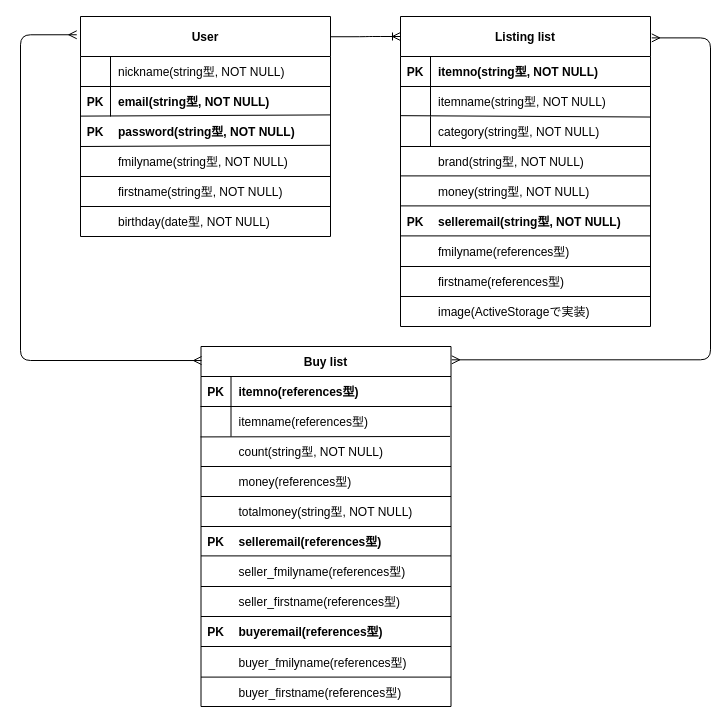
Re-OKMT/furima-34736 keeps this draw.io diagram as 名称未設定ファイル.drawio. Above is the earlier version. Source tidied: cells renumbered, new cells numbered last; positions are measured from the earlier drawing's top-left corner, leaving out a move shared by most shapes. Both pictures are drawn from the tidied source at 100%, with x=0, y=0 at pixel (20, 16).
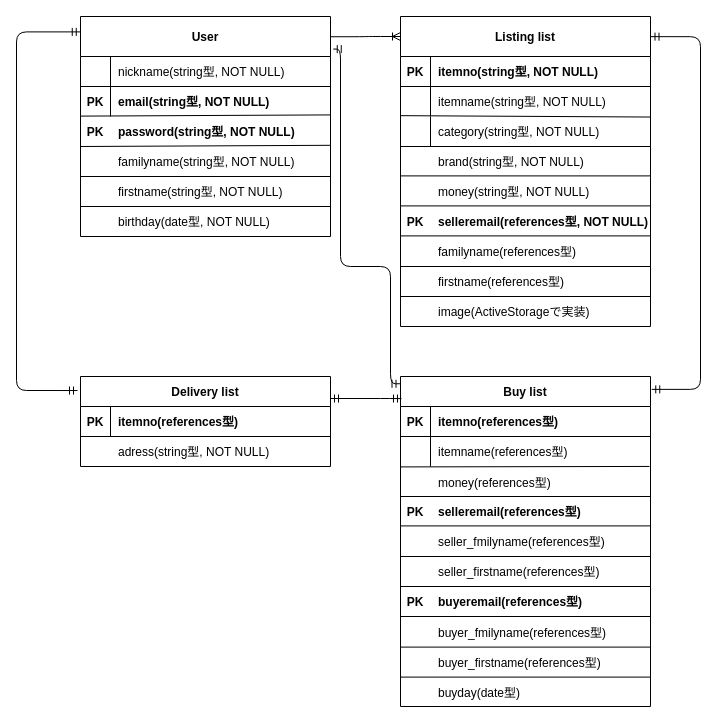
Above is the later version.

Commit message:
名称未設定ファイル.drawio を更新します

Unchanged cells that the change refers to:
```xml
<mxCell id="2" value="Listing list" style="shape=table;startSize=40;childLayout=tableLayout;rowLines=0;fontStyle=1;align=center;" parent="1" vertex="1">
  <mxGeometry x="380" width="250" height="310" as="geometry" />
</mxCell>
<mxCell id="22" value="User" style="shape=table;startSize=40;childLayout=tableLayout;rowLines=0;fontStyle=1;align=center;" parent="1" vertex="1">
  <mxGeometry x="60" width="250" height="220" as="geometry" />
</mxCell>
```

The edit, as a diff of the source:
```diff
@@
     <mxCell id="14" value="Buy list" style="shape=table;startSize=30;childLayout=tableLayout;rowLines=0;fontStyle=1;align=center;" parent="1" vertex="1">
-      <mxGeometry x="180.5" y="330" width="250" height="360" as="geometry" />
+      <mxGeometry x="380" y="360" width="250" height="330" as="geometry" />
     </mxCell>
@@
-    <mxCell id="34" value="fmilyname(string型, NOT NULL)" style="shape=partialRectangle;overflow=hidden;fillColor=none;top=0;left=0;bottom=0;right=0;align=left;spacingLeft=6;fontStyle=0;" parent="1" vertex="1">
+    <mxCell id="34" value="familyname(string型, NOT NULL)" style="shape=partialRectangle;overflow=hidden;fillColor=none;top=0;left=0;bottom=0;right=0;align=left;spacingLeft=6;fontStyle=0;" parent="1" vertex="1">
       <mxGeometry x="90" y="130" width="220" height="30" as="geometry" />
     </mxCell>
@@
-    <mxCell id="41" value="selleremail(string型, NOT NULL)" style="shape=partialRectangle;overflow=hidden;fillColor=none;top=0;left=0;bottom=0;right=0;align=left;spacingLeft=6;fontStyle=1;" parent="1" vertex="1">
+    <mxCell id="41" value="selleremail(references型, NOT NULL)" style="shape=partialRectangle;overflow=hidden;fillColor=none;top=0;left=0;bottom=0;right=0;align=left;spacingLeft=6;fontStyle=1;" parent="1" vertex="1">
       <mxGeometry x="410" y="190" width="220" height="30" as="geometry" />
     </mxCell>
@@
-    <mxCell id="45" value="fmilyname(references型)" style="shape=partialRectangle;overflow=hidden;fillColor=none;top=0;left=0;bottom=0;right=0;align=left;spacingLeft=6;fontStyle=0;" parent="1" vertex="1">
+    <mxCell id="45" value="familyname(references型)" style="shape=partialRectangle;overflow=hidden;fillColor=none;top=0;left=0;bottom=0;right=0;align=left;spacingLeft=6;fontStyle=0;" parent="1" vertex="1">
       <mxGeometry x="410" y="220" width="220" height="30" as="geometry" />
     </mxCell>
@@
-    <mxCell id="50" value="count(string型, NOT NULL)" style="shape=partialRectangle;overflow=hidden;fillColor=none;top=0;left=0;bottom=0;right=0;align=left;spacingLeft=6;" parent="1" vertex="1">
-      <mxGeometry x="210.5" y="420" width="220" height="30" as="geometry" />
-    </mxCell>
     <mxCell id="51" style="endArrow=none;html=1;" parent="1" edge="1">
       <mxGeometry relative="1" as="geometry">
-        <mxPoint x="180.5" y="450" as="sourcePoint" />
-        <mxPoint x="430.5" y="450" as="targetPoint" />
+        <mxPoint x="380" y="480" as="sourcePoint" />
+        <mxPoint x="630" y="480" as="targetPoint" />
       </mxGeometry>
     </mxCell>
     <mxCell id="52" value="money(references型)" style="shape=partialRectangle;overflow=hidden;fillColor=none;top=0;left=0;bottom=0;right=0;align=left;spacingLeft=6;" parent="1" vertex="1">
-      <mxGeometry x="210.5" y="450" width="220" height="30" as="geometry" />
+      <mxGeometry x="410" y="451" width="220" height="30" as="geometry" />
     </mxCell>
-    <mxCell id="53" style="endArrow=none;html=1;" parent="1" edge="1">
-      <mxGeometry relative="1" as="geometry">
-        <mxPoint x="180.5" y="480" as="sourcePoint" />
-        <mxPoint x="430.5" y="480" as="targetPoint" />
-      </mxGeometry>
-    </mxCell>
-    <mxCell id="54" value="totalmoney(string型, NOT NULL)" style="shape=partialRectangle;overflow=hidden;fillColor=none;top=0;left=0;bottom=0;right=0;align=left;spacingLeft=6;" parent="1" vertex="1">
-      <mxGeometry x="210.5" y="480" width="220" height="30" as="geometry" />
-    </mxCell>
     <mxCell id="55" style="endArrow=none;html=1;" parent="1" edge="1">
       <mxGeometry relative="1" as="geometry">
-        <mxPoint x="180.5" y="510" as="sourcePoint" />
-        <mxPoint x="430.5" y="510" as="targetPoint" />
+        <mxPoint x="380" y="480" as="sourcePoint" />
+        <mxPoint x="630" y="480" as="targetPoint" />
       </mxGeometry>
     </mxCell>
     <mxCell id="56" value="selleremail(references型)" style="shape=partialRectangle;overflow=hidden;fillColor=none;top=0;left=0;bottom=0;right=0;align=left;spacingLeft=6;fontStyle=1;" parent="1" vertex="1">
-      <mxGeometry x="210.5" y="510" width="220" height="30" as="geometry" />
+      <mxGeometry x="410" y="480" width="220" height="30" as="geometry" />
     </mxCell>
     <mxCell id="57" style="endArrow=none;html=1;" parent="1" edge="1">
       <mxGeometry relative="1" as="geometry">
-        <mxPoint x="180.5" y="539.4" as="sourcePoint" />
-        <mxPoint x="430.5" y="539.4" as="targetPoint" />
+        <mxPoint x="380" y="509.4" as="sourcePoint" />
+        <mxPoint x="630" y="509.4" as="targetPoint" />
       </mxGeometry>
     </mxCell>
     <mxCell id="58" value="seller_fmilyname(references型)" style="shape=partialRectangle;overflow=hidden;fillColor=none;top=0;left=0;bottom=0;right=0;align=left;spacingLeft=6;fontStyle=0;" parent="1" vertex="1">
-      <mxGeometry x="210.5" y="540" width="220" height="30" as="geometry" />
+      <mxGeometry x="410" y="510" width="220" height="30" as="geometry" />
     </mxCell>
     <mxCell id="59" style="endArrow=none;html=1;" parent="1" edge="1">
       <mxGeometry relative="1" as="geometry">
-        <mxPoint x="180.5" y="570" as="sourcePoint" />
-        <mxPoint x="430.5" y="570" as="targetPoint" />
+        <mxPoint x="380" y="540" as="sourcePoint" />
+        <mxPoint x="630" y="540" as="targetPoint" />
       </mxGeometry>
     </mxCell>
     <mxCell id="60" value="seller_firstname(references型)" style="shape=partialRectangle;overflow=hidden;fillColor=none;top=0;left=0;bottom=0;right=0;align=left;spacingLeft=6;fontStyle=0;" parent="1" vertex="1">
-      <mxGeometry x="210.5" y="570" width="220" height="30" as="geometry" />
+      <mxGeometry x="410" y="540" width="220" height="30" as="geometry" />
     </mxCell>
     <mxCell id="61" value="PK" style="shape=partialRectangle;overflow=hidden;fillColor=none;top=0;left=0;bottom=0;right=0;fontStyle=1;" parent="1" vertex="1">
-      <mxGeometry x="180.5" y="510" width="30" height="30" as="geometry" />
+      <mxGeometry x="380" y="480" width="30" height="30" as="geometry" />
     </mxCell>
     <mxCell id="62" style="endArrow=none;html=1;" parent="1" edge="1">
       <mxGeometry relative="1" as="geometry">
-        <mxPoint x="180.5" y="600" as="sourcePoint" />
-        <mxPoint x="430.5" y="600" as="targetPoint" />
+        <mxPoint x="380" y="570" as="sourcePoint" />
+        <mxPoint x="630" y="570" as="targetPoint" />
       </mxGeometry>
     </mxCell>
     <mxCell id="63" value="buyeremail(references型)" style="shape=partialRectangle;overflow=hidden;fillColor=none;top=0;left=0;bottom=0;right=0;align=left;spacingLeft=6;fontStyle=1;" parent="1" vertex="1">
-      <mxGeometry x="210.5" y="600" width="220" height="30" as="geometry" />
+      <mxGeometry x="410" y="570" width="220" height="30" as="geometry" />
     </mxCell>
     <mxCell id="64" value="PK" style="shape=partialRectangle;overflow=hidden;fillColor=none;top=0;left=0;bottom=0;right=0;fontStyle=1;" parent="1" vertex="1">
-      <mxGeometry x="180.5" y="600" width="30" height="30" as="geometry" />
+      <mxGeometry x="380" y="570" width="30" height="30" as="geometry" />
     </mxCell>
     <mxCell id="65" style="endArrow=none;html=1;" parent="1" edge="1">
       <mxGeometry relative="1" as="geometry">
-        <mxPoint x="180.5" y="630" as="sourcePoint" />
-        <mxPoint x="430.5" y="630" as="targetPoint" />
+        <mxPoint x="380" y="600" as="sourcePoint" />
+        <mxPoint x="630" y="600" as="targetPoint" />
       </mxGeometry>
     </mxCell>
     <mxCell id="66" style="endArrow=none;html=1;" parent="1" edge="1">
       <mxGeometry relative="1" as="geometry">
-        <mxPoint x="180.5" y="630" as="sourcePoint" />
-        <mxPoint x="430.5" y="630" as="targetPoint" />
+        <mxPoint x="380" y="600" as="sourcePoint" />
+        <mxPoint x="630" y="600" as="targetPoint" />
       </mxGeometry>
     </mxCell>
     <mxCell id="67" value="buyer_fmilyname(references型)" style="shape=partialRectangle;overflow=hidden;fillColor=none;top=0;left=0;bottom=0;right=0;align=left;spacingLeft=6;fontStyle=0;" parent="1" vertex="1">
-      <mxGeometry x="210.5" y="630.6" width="220" height="30" as="geometry" />
+      <mxGeometry x="410" y="600.6" width="220" height="30" as="geometry" />
     </mxCell>
     <mxCell id="68" style="endArrow=none;html=1;" parent="1" edge="1">
       <mxGeometry relative="1" as="geometry">
-        <mxPoint x="180.5" y="660.6" as="sourcePoint" />
-        <mxPoint x="430.5" y="660.6" as="targetPoint" />
+        <mxPoint x="380" y="630.6" as="sourcePoint" />
+        <mxPoint x="630" y="630.6" as="targetPoint" />
       </mxGeometry>
     </mxCell>
     <mxCell id="69" value="buyer_firstname(references型)" style="shape=partialRectangle;overflow=hidden;fillColor=none;top=0;left=0;bottom=0;right=0;align=left;spacingLeft=6;fontStyle=0;" parent="1" vertex="1">
-      <mxGeometry x="210.5" y="660.6" width="220" height="30" as="geometry" />
+      <mxGeometry x="410" y="630.6" width="220" height="30" as="geometry" />
     </mxCell>
@@
+    <mxCell id="74" style="endArrow=none;html=1;" parent="1" edge="1">
+      <mxGeometry relative="1" as="geometry">
+        <mxPoint x="380" y="660.6" as="sourcePoint" />
+        <mxPoint x="630" y="660.6" as="targetPoint" />
+      </mxGeometry>
+    </mxCell>
+    <mxCell id="75" value="buyday(date型)" style="shape=partialRectangle;overflow=hidden;fillColor=none;top=0;left=0;bottom=0;right=0;align=left;spacingLeft=6;fontStyle=0;" parent="1" vertex="1">
+      <mxGeometry x="410" y="662" width="220" height="28" as="geometry" />
+    </mxCell>
+    <mxCell id="73" style="edgeStyle=orthogonalEdgeStyle;fontSize=12;html=1;endArrow=ERmandOne;startArrow=ERmandOne;entryX=1.002;entryY=0.065;entryDx=0;entryDy=0;entryPerimeter=0;exitX=1.005;exitY=0.039;exitDx=0;exitDy=0;exitPerimeter=0;" parent="1" edge="1" source="14" target="2">
+      <mxGeometry relative="1" as="geometry">
+        <Array as="points">
+          <mxPoint x="680" y="373" />
+          <mxPoint x="680" y="20" />
+        </Array>
+      </mxGeometry>
+    </mxCell>
+    <mxCell id="76" value="Delivery list" style="shape=table;startSize=30;childLayout=tableLayout;rowLines=0;fontStyle=1;align=center;" parent="1" vertex="1">
+      <mxGeometry x="60" y="360" width="250" height="90" as="geometry" />
+    </mxCell>
+    <mxCell id="77" style="shape=partialRectangle;fillColor=none;top=0;left=0;right=0;bottom=1;" parent="76" vertex="1">
+      <mxGeometry y="30" width="250" height="30" as="geometry" />
+    </mxCell>
+    <mxCell id="78" style="shape=partialRectangle;overflow=hidden;fillColor=none;top=0;left=0;bottom=0;right=0;fontStyle=1;" parent="77" vertex="1">
+      <mxGeometry width="30" height="30" as="geometry" />
+    </mxCell>
+    <mxCell id="79" style="shape=partialRectangle;overflow=hidden;fillColor=none;top=0;left=0;bottom=0;right=0;align=left;spacingLeft=6;fontStyle=1;" parent="77" vertex="1">
+      <mxGeometry x="30" width="220" height="30" as="geometry" />
+    </mxCell>
+    <mxCell id="80" style="edgeStyle=orthogonalEdgeStyle;fontSize=12;html=1;endArrow=ERmandOne;startArrow=ERmandOne;entryX=0.004;entryY=0.067;entryDx=0;entryDy=0;entryPerimeter=0;" parent="1" edge="1" target="14">
+      <mxGeometry relative="1" as="geometry">
+        <mxPoint x="310" y="382" as="sourcePoint" />
+        <Array as="points">
+          <mxPoint x="370" y="382" />
+          <mxPoint x="370" y="382" />
+        </Array>
+      </mxGeometry>
+    </mxCell>
+    <mxCell id="81" style="edgeStyle=orthogonalEdgeStyle;fontSize=12;html=1;endArrow=ERmandOne;startArrow=ERmandOne;entryX=-0.012;entryY=0.156;entryDx=0;entryDy=0;entryPerimeter=0;exitX=-0.001;exitY=0.07;exitDx=0;exitDy=0;exitPerimeter=0;" parent="1" edge="1" source="22" target="76">
+      <mxGeometry relative="1" as="geometry">
+        <Array as="points">
+          <mxPoint x="-4" y="15" />
+          <mxPoint x="-4" y="374" />
+        </Array>
+      </mxGeometry>
+    </mxCell>
-    <mxCell id="72" style="edgeStyle=orthogonalEdgeStyle;fontSize=12;html=1;endArrow=ERmany;startArrow=ERmany;entryX=0.002;entryY=0.039;entryDx=0;entryDy=0;entryPerimeter=0;exitX=-0.015;exitY=0.083;exitDx=0;exitDy=0;exitPerimeter=0;" parent="1" edge="1" source="22" target="14">
+    <mxCell id="72" style="edgeStyle=orthogonalEdgeStyle;fontSize=12;html=1;endArrow=ERmandOne;startArrow=ERmandOne;entryX=-0.002;entryY=0.022;entryDx=0;entryDy=0;entryPerimeter=0;exitX=1.011;exitY=0.148;exitDx=0;exitDy=0;exitPerimeter=0;" parent="1" edge="1" source="22" target="14">
       <mxGeometry relative="1" as="geometry">
         <Array as="points">
-          <mxPoint y="18" />
-          <mxPoint y="344" />
+          <mxPoint x="320" y="33" />
+          <mxPoint x="320" y="250" />
+          <mxPoint x="370" y="250" />
+          <mxPoint x="370" y="367" />
         </Array>
       </mxGeometry>
     </mxCell>
-    <mxCell id="73" style="edgeStyle=orthogonalEdgeStyle;fontSize=12;html=1;endArrow=ERmany;startArrow=ERmany;exitX=1.003;exitY=0.037;exitDx=0;exitDy=0;exitPerimeter=0;entryX=1.005;entryY=0.069;entryDx=0;entryDy=0;entryPerimeter=0;" parent="1" edge="1" source="14" target="2">
-      <mxGeometry relative="1" as="geometry">
-        <Array as="points">
-          <mxPoint x="690" y="343" />
-          <mxPoint x="690" y="21" />
-        </Array>
-      </mxGeometry>
-    </mxCell>
+    <mxCell id="82" value="itemno(references型)" style="shape=partialRectangle;overflow=hidden;fillColor=none;top=0;left=0;bottom=0;right=0;align=left;spacingLeft=6;fontStyle=1;" parent="1" vertex="1">
+      <mxGeometry x="90" y="390" width="220" height="30" as="geometry" />
+    </mxCell>
+    <mxCell id="83" value="PK" style="shape=partialRectangle;overflow=hidden;fillColor=none;top=0;left=0;bottom=0;right=0;fontStyle=1;" parent="1" vertex="1">
+      <mxGeometry x="60" y="390" width="30" height="30" as="geometry" />
+    </mxCell>
+    <mxCell id="84" value="adress(string型, NOT NULL)" style="shape=partialRectangle;overflow=hidden;fillColor=none;top=0;left=0;bottom=0;right=0;align=left;spacingLeft=6;" parent="1" vertex="1">
+      <mxGeometry x="90" y="420" width="220" height="30" as="geometry" />
+    </mxCell>
```
